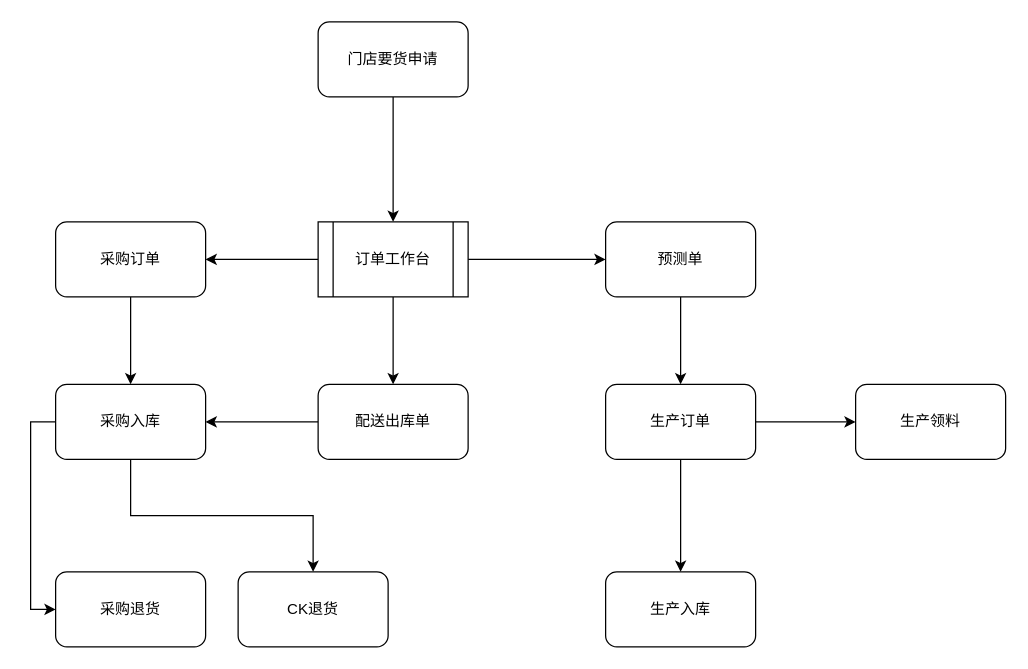
Above: 未命名绘图.drawio in Joyce-Ju/iodraw-files (draw.io), before the change. Source tidied: cells renumbered, new cells numbered last; positions are measured from the earlier drawing's top-left corner, leaving out a move shared by most shapes. Both pictures are drawn from the tidied source at 125%, with x=0, y=0 at pixel (55, 21).
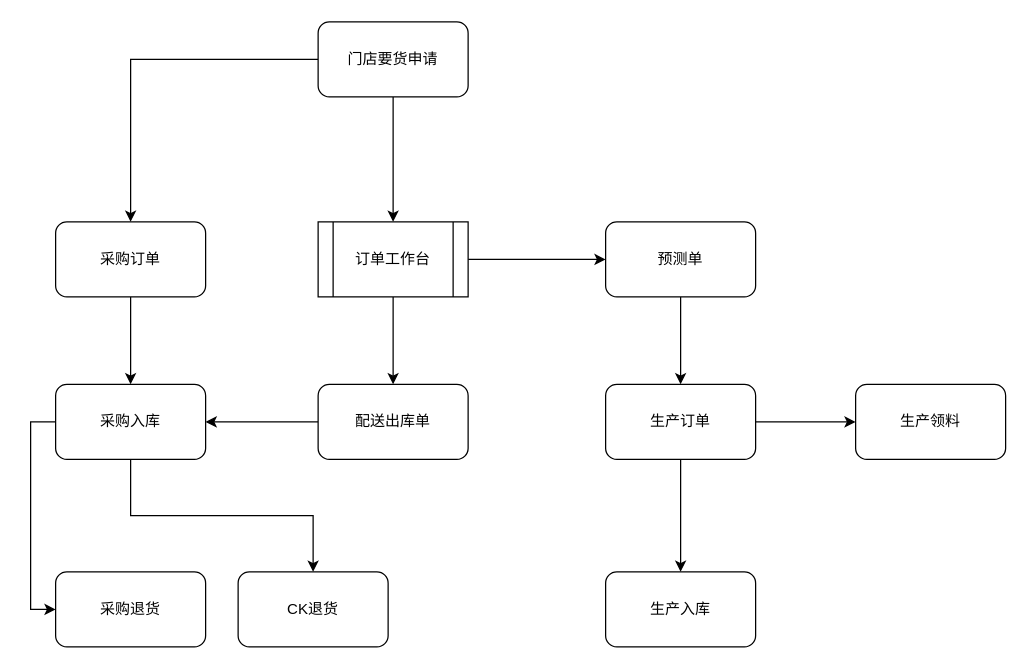
The same page after the edit.

Commit message:
更新未命名绘图.drawio

Unchanged cells that the change refers to:
```xml
<mxCell id="3" value="门店要货申请" style="rounded=1;whiteSpace=wrap;html=1;" parent="1" vertex="1">
  <mxGeometry x="210" width="120" height="60" as="geometry" />
</mxCell>
<mxCell id="7" value="订单工作台" style="shape=process;whiteSpace=wrap;html=1;backgroundOutline=1;" parent="1" vertex="1">
  <mxGeometry x="210" y="160" width="120" height="60" as="geometry" />
</mxCell>
<mxCell id="9" value="采购订单" style="rounded=1;whiteSpace=wrap;html=1;" parent="1" vertex="1">
  <mxGeometry y="160" width="120" height="60" as="geometry" />
</mxCell>
```

Change to the diagram source:
```diff
@@
+    <mxCell id="24" style="edgeStyle=orthogonalEdgeStyle;rounded=0;jettySize=auto;html=1;exitX=0;exitY=0.5;exitDx=0;exitDy=0;entryX=0.5;entryY=0;entryDx=0;entryDy=0;" parent="1" edge="1" source="3" target="9">
+      <mxGeometry relative="1" as="geometry" />
+    </mxCell>
@@
-    <mxCell id="4" style="edgeStyle=orthogonalEdgeStyle;rounded=0;jettySize=auto;html=1;exitX=0;exitY=0.5;exitDx=0;exitDy=0;" parent="1" edge="1" source="7" target="9">
-      <mxGeometry relative="1" as="geometry" />
-    </mxCell>
```
